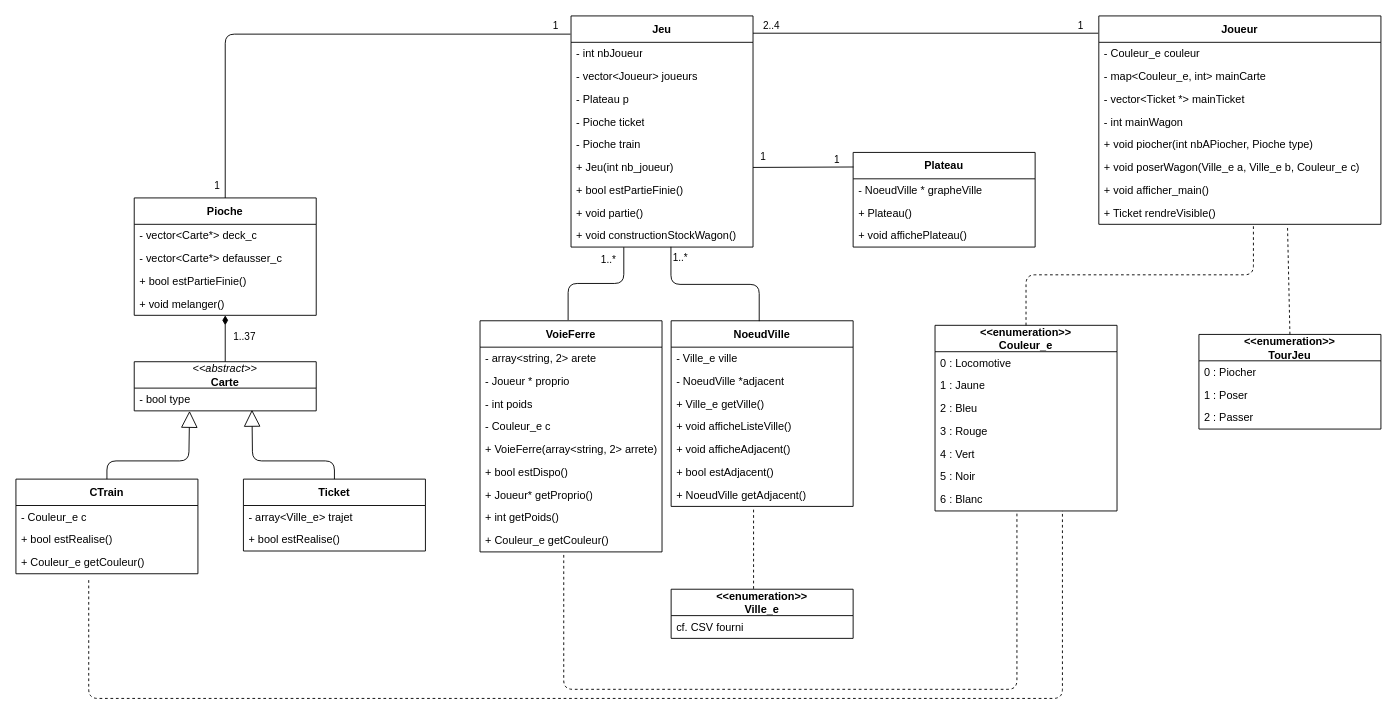
This is specs/diagramme-classes.drawio from ECN-SEC-SMP/smp-tp11-note-secgpas, a draw.io file, before an edit. Source tidied: cells renumbered, new cells numbered last; positions are measured from the earlier drawing's top-left corner, leaving out a move shared by most shapes. Both pictures are drawn from the tidied source at 91%, with x=0, y=0 at pixel (15, 15).
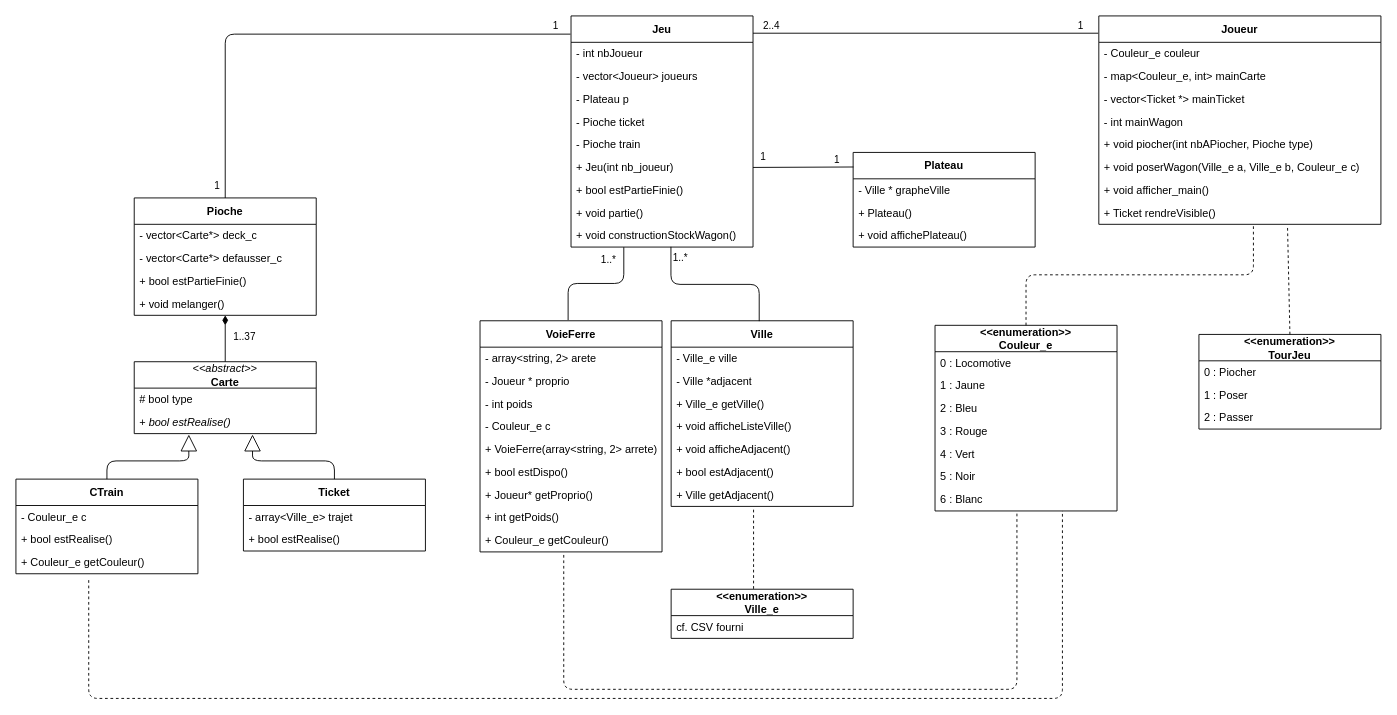
The same diagram, later.

Unchanged cells that the change refers to:
```xml
<mxCell id="48" value="Ticket" style="swimlane;fontStyle=1;align=center;verticalAlign=middle;horizontal=1;startSize=29;html=1;whiteSpace=wrap;" parent="1" vertex="1">
  <mxGeometry x="250" y="509" width="200" height="79" as="geometry" />
</mxCell>
<mxCell id="53" value="CTrain" style="swimlane;fontStyle=1;align=center;verticalAlign=middle;horizontal=1;startSize=29;html=1;whiteSpace=wrap;" parent="1" vertex="1">
  <mxGeometry y="509" width="200" height="104" as="geometry" />
</mxCell>
<mxCell id="57" value="Plateau" style="swimlane;fontStyle=1;align=center;verticalAlign=middle;horizontal=1;startSize=29;html=1;whiteSpace=wrap;" parent="1" vertex="1">
  <mxGeometry x="920" y="150" width="200" height="104" as="geometry" />
</mxCell>
```

Diff of the diagram source:
```diff
@@
     <mxCell id="51" value="&lt;div&gt;&lt;span style=&quot;color: rgb(0, 0, 0); font-style: italic; font-weight: 400;&quot;&gt;&amp;lt;&amp;lt;abstract&amp;gt;&amp;gt;&lt;/span&gt;&lt;br style=&quot;color: rgb(63, 63, 63); scrollbar-color: rgb(226, 226, 226) rgb(251, 251, 251); padding: 0px; margin: 0px; font-style: italic; font-weight: 400;&quot;&gt;&lt;/div&gt;Carte" style="swimlane;fontStyle=1;align=center;verticalAlign=middle;horizontal=1;startSize=29;html=1;whiteSpace=wrap;" parent="1" vertex="1">
-      <mxGeometry x="130" y="380" width="200" height="54" as="geometry" />
+      <mxGeometry x="130" y="380" width="200" height="79" as="geometry" />
     </mxCell>
-    <mxCell id="52" value="- bool type" style="text;html=1;strokeColor=none;fillColor=none;align=left;verticalAlign=middle;spacingLeft=4;spacingRight=4;overflow=hidden;points=[[0,0.5],[1,0.5]];portConstraint=eastwest;whiteSpace=wrap;" parent="51" vertex="1">
+    <mxCell id="52" value="# bool type" style="text;html=1;strokeColor=none;fillColor=none;align=left;verticalAlign=middle;spacingLeft=4;spacingRight=4;overflow=hidden;points=[[0,0.5],[1,0.5]];portConstraint=eastwest;whiteSpace=wrap;" parent="51" vertex="1">
       <mxGeometry y="29" width="200" height="25" as="geometry" />
     </mxCell>
+    <mxCell id="93" value="+ &lt;i&gt;bool estRealise()&lt;/i&gt;" style="text;html=1;strokeColor=none;fillColor=none;align=left;verticalAlign=middle;spacingLeft=4;spacingRight=4;overflow=hidden;whiteSpace=wrap;" parent="51" vertex="1">
+      <mxGeometry y="54" width="200" height="25" as="geometry" />
+    </mxCell>
@@
-    <mxCell id="58" value="- NoeudVille * grapheVille" style="text;html=1;strokeColor=none;fillColor=none;align=left;verticalAlign=middle;spacingLeft=4;spacingRight=4;overflow=hidden;whiteSpace=wrap;" parent="57" vertex="1">
+    <mxCell id="58" value="- Ville * grapheVille" style="text;html=1;strokeColor=none;fillColor=none;align=left;verticalAlign=middle;spacingLeft=4;spacingRight=4;overflow=hidden;whiteSpace=wrap;" parent="57" vertex="1">
       <mxGeometry y="29" width="200" height="25" as="geometry" />
     </mxCell>
@@
-    <mxCell id="63" value="NoeudVille" style="swimlane;fontStyle=1;align=center;verticalAlign=middle;horizontal=1;startSize=29;html=1;whiteSpace=wrap;" parent="1" vertex="1">
+    <mxCell id="63" value="Ville" style="swimlane;fontStyle=1;align=center;verticalAlign=middle;horizontal=1;startSize=29;html=1;whiteSpace=wrap;" parent="1" vertex="1">
       <mxGeometry x="720" y="335" width="200" height="204" as="geometry" />
     </mxCell>
@@
-    <mxCell id="65" value="- NoeudVille *adjacent" style="text;html=1;strokeColor=none;fillColor=none;align=left;verticalAlign=middle;spacingLeft=4;spacingRight=4;overflow=hidden;whiteSpace=wrap;" parent="63" vertex="1">
+    <mxCell id="65" value="- Ville *adjacent" style="text;html=1;strokeColor=none;fillColor=none;align=left;verticalAlign=middle;spacingLeft=4;spacingRight=4;overflow=hidden;whiteSpace=wrap;" parent="63" vertex="1">
       <mxGeometry y="54" width="200" height="25" as="geometry" />
     </mxCell>
@@
-    <mxCell id="70" value="+ NoeudVille getAdjacent()" style="text;html=1;strokeColor=none;fillColor=none;align=left;verticalAlign=middle;spacingLeft=4;spacingRight=4;overflow=hidden;points=[[0,0.5],[1,0.5]];portConstraint=eastwest;whiteSpace=wrap;" parent="63" vertex="1">
+    <mxCell id="70" value="+ Ville getAdjacent()" style="text;html=1;strokeColor=none;fillColor=none;align=left;verticalAlign=middle;spacingLeft=4;spacingRight=4;overflow=hidden;points=[[0,0.5],[1,0.5]];portConstraint=eastwest;whiteSpace=wrap;" parent="63" vertex="1">
       <mxGeometry y="179" width="200" height="25" as="geometry" />
     </mxCell>
-    <mxCell id="71" style="endArrow=block;endSize=16;endFill=0;html=1;exitX=0.5;exitY=0;exitDx=0;exitDy=0;entryX=0.304;entryY=1.002;entryDx=0;entryDy=0;entryPerimeter=0;" parent="1" edge="1" source="53" target="52">
+    <mxCell id="71" style="endArrow=block;endSize=16;endFill=0;html=1;exitX=0.5;exitY=0;exitDx=0;exitDy=0;" parent="1" edge="1" source="53">
       <mxGeometry relative="1" as="geometry">
+        <mxPoint x="190" y="460" as="targetPoint" />
         <Array as="points">
           <mxPoint x="100" y="489" />
           <mxPoint x="190" y="489" />
         </Array>
       </mxGeometry>
     </mxCell>
-    <mxCell id="72" style="endArrow=block;endSize=16;endFill=0;html=1;entryX=0.647;entryY=0.954;entryDx=0;entryDy=0;entryPerimeter=0;exitX=0.5;exitY=0;exitDx=0;exitDy=0;" parent="1" edge="1" source="48" target="52">
+    <mxCell id="72" style="endArrow=block;endSize=16;endFill=0;html=1;exitX=0.5;exitY=0;exitDx=0;exitDy=0;" parent="1" edge="1" source="48">
       <mxGeometry relative="1" as="geometry">
+        <mxPoint x="260" y="460" as="targetPoint" />
         <Array as="points">
           <mxPoint x="350" y="489" />
           <mxPoint x="260" y="489" />
         </Array>
       </mxGeometry>
     </mxCell>
```
